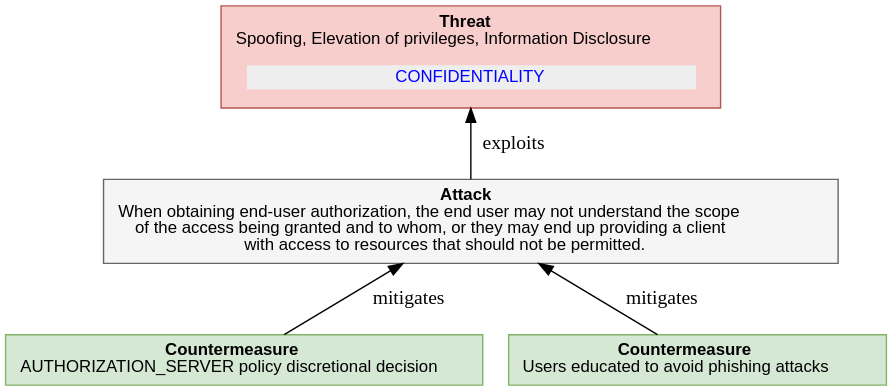
Before: report-examples/OAuth2/img/threatTree/TOO_MUCH_GRANT.svg, a diagram exported from PlantUML (DavidCervigni/threat-models). Its source is kept beside it as report-examples/OAuth2/img/threatTree/TOO_MUCH_GRANT.puml.
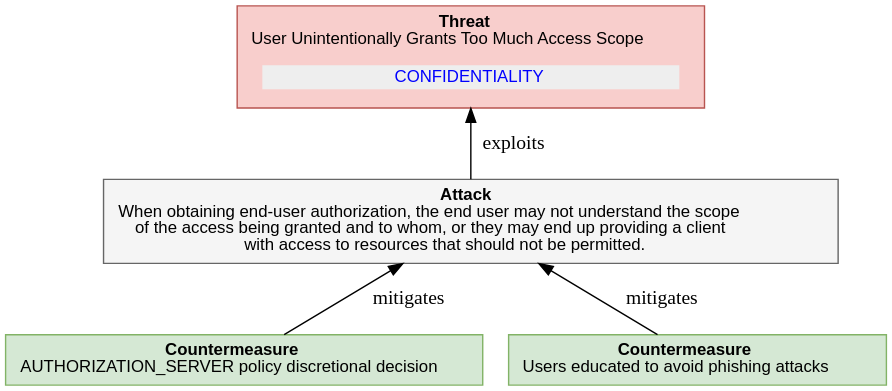
After the commit.

Diff of the diagram source:
```diff
@@ -7,7 +7,7 @@
     <<table border="0" cellborder="0" cellspacing="0">
      <tr><td align="center"><b>Threat</b><br/>
 
-Spoofing, Elevation of privileges, Information Disclosure
+User Unintentionally Grants Too Much Access Scope
 </td></tr>
      <tr><td><table border="0" cellborder="0" cellspacing="8"><tr>
                 ret += secObj.linkedImpactMDText()
```
